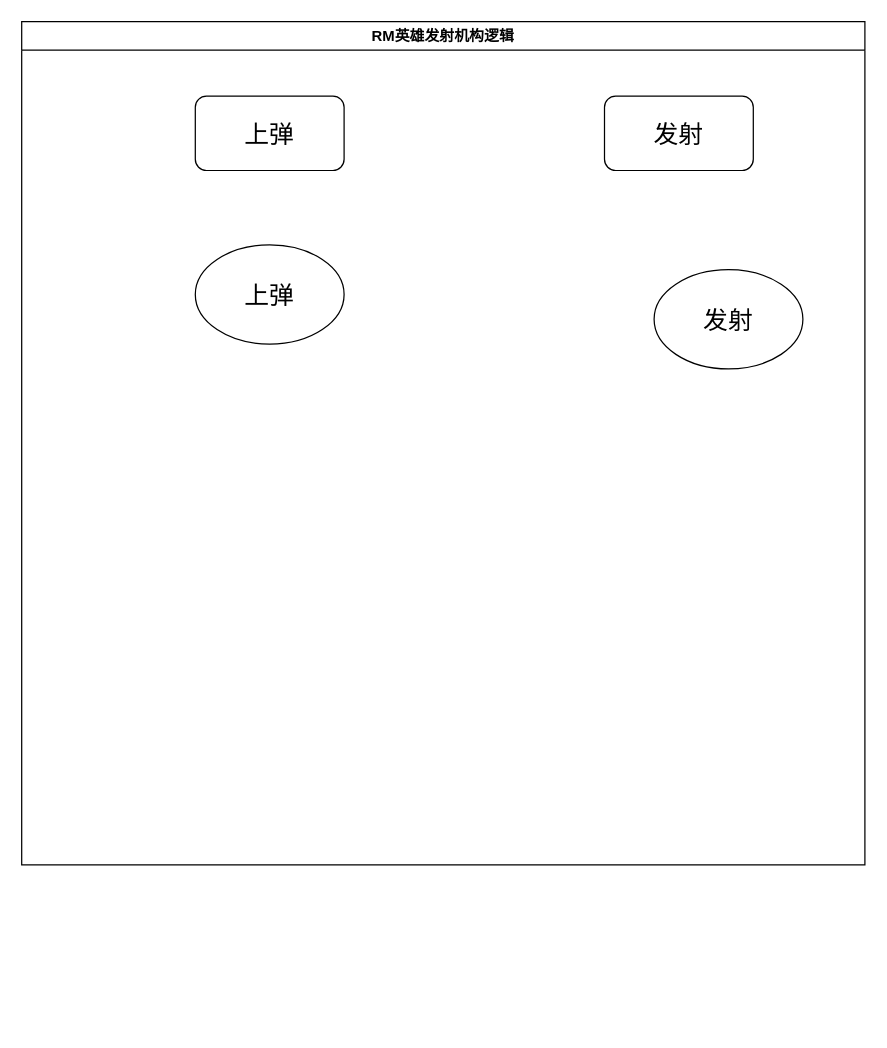
The draw.io diagram 英雄发射机构自动逻辑.drawio in Zhangziji-Cumulus/Cumulus_Notes, before the edit. Source tidied: cells renumbered, new cells numbered last; positions are measured from the earlier drawing's top-left corner, leaving out a move shared by most shapes. Both pictures are drawn from the tidied source at 124%, with x=0, y=0 at pixel (21, 21).
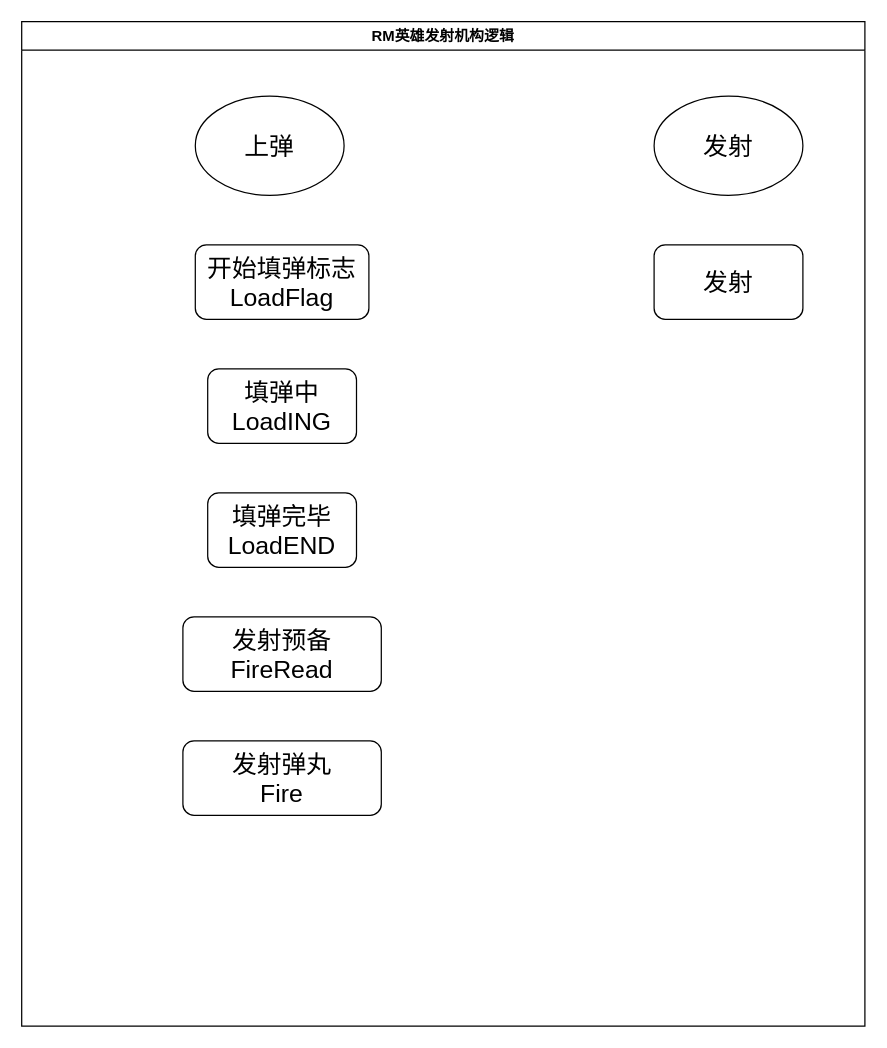
The same page after the edit.

Commit message (it also covers changes not shown here):
更新英雄发射机构自动逻辑.drawio

Change to the diagram source:
```diff
@@
 <mxGraphModel>
   <root>
     <mxCell id="0" />
     <mxCell id="1" parent="0" />
     <mxCell id="2" value="RM英雄发射机构逻辑" style="swimlane;whiteSpace=wrap;html=1;" parent="1" vertex="1">
-      <mxGeometry width="680" height="680" as="geometry" />
+      <mxGeometry width="680" height="810" as="geometry" />
     </mxCell>
-    <mxCell id="3" value="&lt;font style=&quot;font-size: 20px;&quot;&gt;上弹&lt;/font&gt;" style="rounded=1;whiteSpace=wrap;html=1;" parent="2" vertex="1">
-      <mxGeometry x="140" y="60" width="120" height="60" as="geometry" />
+    <mxCell id="3" value="&lt;span style=&quot;font-size: 20px;&quot;&gt;开始填弹标志LoadFlag&lt;/span&gt;" style="rounded=1;whiteSpace=wrap;html=1;" parent="2" vertex="1">
+      <mxGeometry x="140" y="180" width="140" height="60" as="geometry" />
     </mxCell>
     <mxCell id="4" value="&lt;font style=&quot;font-size: 20px;&quot;&gt;发射&lt;/font&gt;" style="rounded=1;whiteSpace=wrap;html=1;" parent="2" vertex="1">
-      <mxGeometry x="470" y="60" width="120" height="60" as="geometry" />
+      <mxGeometry x="510" y="180" width="120" height="60" as="geometry" />
     </mxCell>
     <mxCell id="5" value="&lt;font style=&quot;font-size: 20px;&quot;&gt;上弹&lt;/font&gt;" style="ellipse;whiteSpace=wrap;html=1;" parent="2" vertex="1">
-      <mxGeometry x="140" y="180" width="120" height="80" as="geometry" />
+      <mxGeometry x="140" y="60" width="120" height="80" as="geometry" />
     </mxCell>
-    <mxCell id="6" value="&lt;span style=&quot;font-size: 20px;&quot;&gt;发射&lt;/span&gt;" style="ellipse;whiteSpace=wrap;html=1;" parent="1" vertex="1">
-      <mxGeometry x="510" y="200" width="120" height="80" as="geometry" />
+    <mxCell id="6" value="&lt;span style=&quot;font-size: 20px;&quot;&gt;发射&lt;/span&gt;" style="ellipse;whiteSpace=wrap;html=1;" parent="2" vertex="1">
+      <mxGeometry x="510" y="60" width="120" height="80" as="geometry" />
     </mxCell>
+    <mxCell id="7" value="&lt;span style=&quot;font-size: 20px;&quot;&gt;填弹中LoadING&lt;/span&gt;" style="rounded=1;whiteSpace=wrap;html=1;" parent="2" vertex="1">
+      <mxGeometry x="150" y="280" width="120" height="60" as="geometry" />
+    </mxCell>
+    <mxCell id="8" value="&lt;span style=&quot;font-size: 20px;&quot;&gt;填弹完毕LoadEND&lt;/span&gt;" style="rounded=1;whiteSpace=wrap;html=1;" parent="2" vertex="1">
+      <mxGeometry x="150" y="380" width="120" height="60" as="geometry" />
+    </mxCell>
+    <mxCell id="9" value="&lt;span style=&quot;font-size: 20px;&quot;&gt;发射预备FireRead&lt;/span&gt;" style="rounded=1;whiteSpace=wrap;html=1;" parent="2" vertex="1">
+      <mxGeometry x="130" y="480" width="160" height="60" as="geometry" />
+    </mxCell>
+    <mxCell id="10" value="&lt;span style=&quot;font-size: 20px;&quot;&gt;发射弹丸&lt;/span&gt;&lt;div&gt;&lt;span style=&quot;font-size: 20px;&quot;&gt;Fire&lt;/span&gt;&lt;/div&gt;" style="rounded=1;whiteSpace=wrap;html=1;" parent="2" vertex="1">
+      <mxGeometry x="130" y="580" width="160" height="60" as="geometry" />
+    </mxCell>
   </root>
 </mxGraphModel>
```
